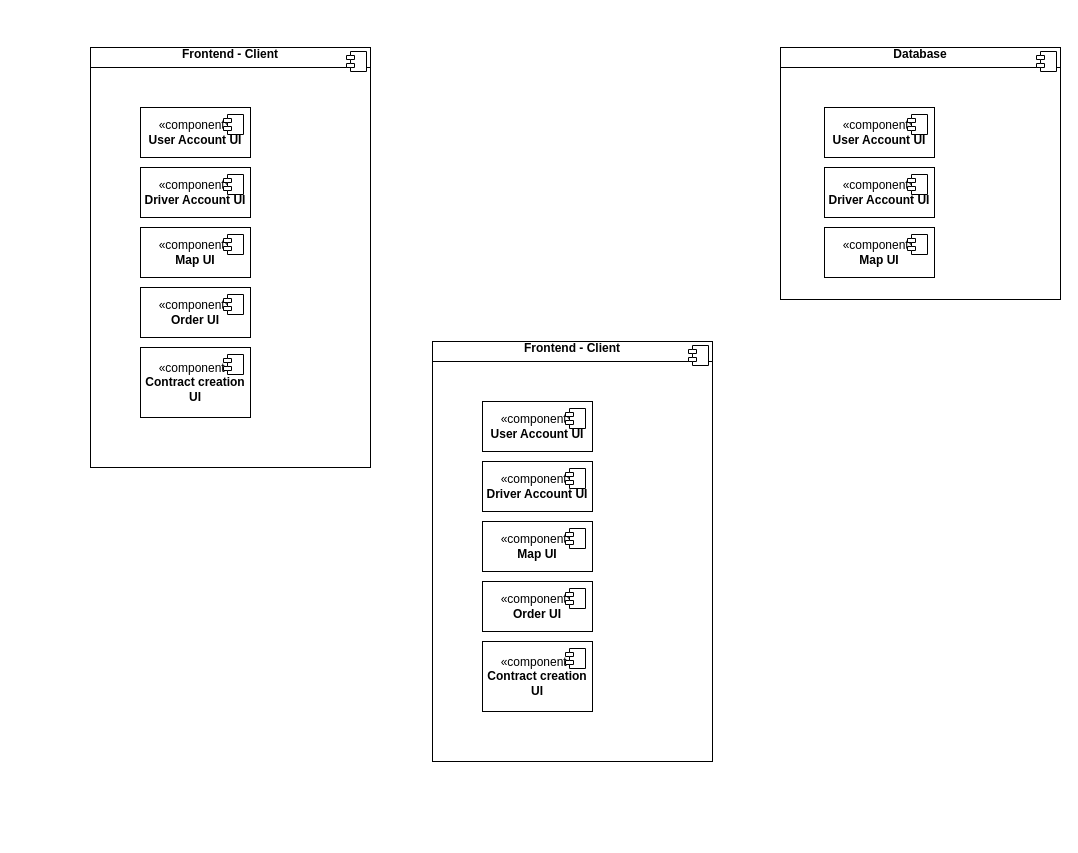
dariohug/sopra-25-client keeps this draw.io diagram as Component-Diagram-SoPra-25-Group-39.drawio. Above is the earlier version. Source tidied: cells renumbered, new cells numbered last; positions are measured from the earlier drawing's top-left corner, leaving out a move shared by most shapes. Both pictures are drawn from the tidied source at 100%, with x=0, y=0 at pixel (90, 47).
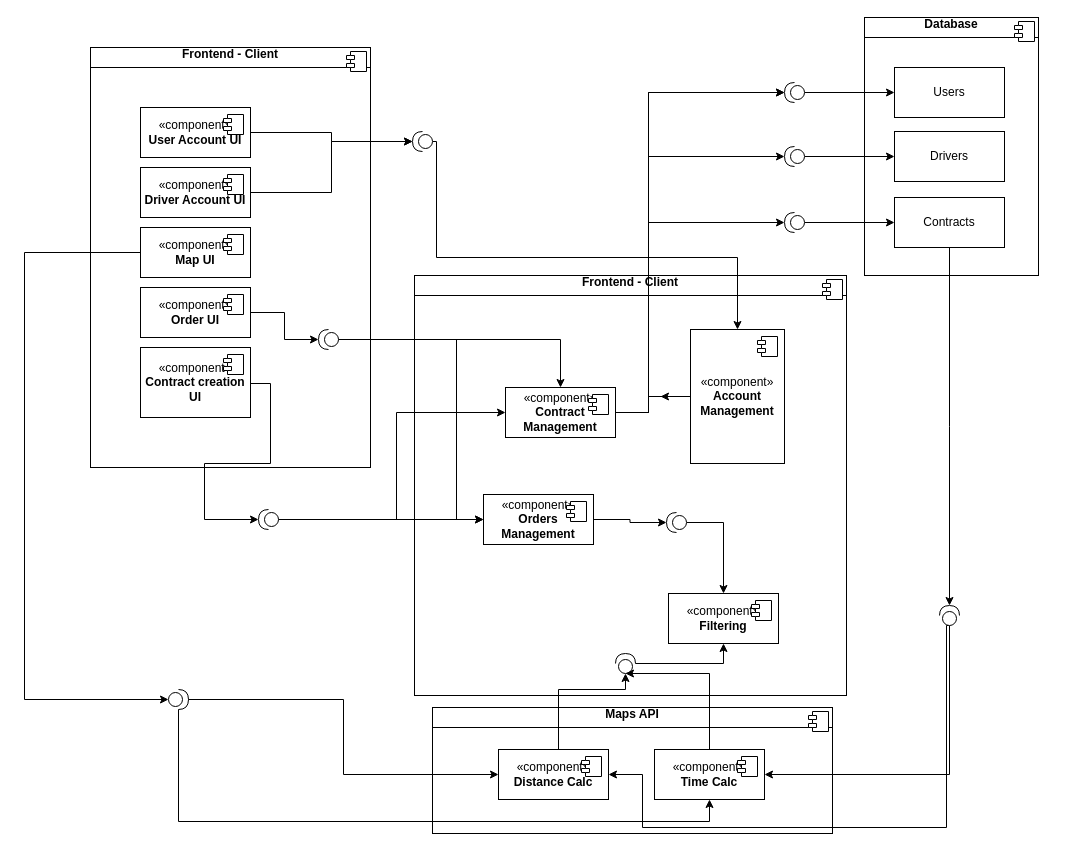
Above is the later version.

The change refers to these unchanged cells:
```xml
<mxCell id="5" value="«component»&lt;br&gt;&lt;b&gt;Map UI&lt;/b&gt;" style="html=1;whiteSpace=wrap;" parent="1" vertex="1">
  <mxGeometry x="50" y="180" width="110" height="50" as="geometry" />
</mxCell>
<mxCell id="7" value="«component»&lt;br&gt;&lt;b&gt;User Account UI&lt;/b&gt;" style="html=1;whiteSpace=wrap;" parent="1" vertex="1">
  <mxGeometry x="50" y="60" width="110" height="50" as="geometry" />
</mxCell>
<mxCell id="9" value="«component»&lt;br&gt;&lt;b&gt;Driver Account UI&lt;/b&gt;" style="html=1;whiteSpace=wrap;" parent="1" vertex="1">
  <mxGeometry x="50" y="120" width="110" height="50" as="geometry" />
</mxCell>
<mxCell id="11" value="«component»&lt;br&gt;&lt;b&gt;Order UI&lt;/b&gt;" style="html=1;whiteSpace=wrap;" parent="1" vertex="1">
  <mxGeometry x="50" y="240" width="110" height="50" as="geometry" />
</mxCell>
<mxCell id="13" value="«component»&lt;br&gt;&lt;b&gt;Contract creation UI&lt;/b&gt;" style="html=1;whiteSpace=wrap;" parent="1" vertex="1">
  <mxGeometry x="50" y="300" width="110" height="70" as="geometry" />
</mxCell>
```

The edit, as a diff of the source:
```diff
@@
+    <mxCell id="38" style="edgeStyle=orthogonalEdgeStyle;rounded=0;jettySize=auto;html=1;entryX=0;entryY=0.5;entryDx=0;entryDy=0;entryPerimeter=0;" parent="1" edge="1" source="5" target="58">
+      <mxGeometry relative="1" as="geometry">
+        <Array as="points">
+          <mxPoint x="-66" y="205" />
+          <mxPoint x="-66" y="652" />
+        </Array>
+      </mxGeometry>
+    </mxCell>
@@
+    <mxCell id="39" style="edgeStyle=orthogonalEdgeStyle;rounded=0;jettySize=auto;html=1;" parent="1" edge="1" source="13" target="69">
+      <mxGeometry relative="1" as="geometry">
+        <Array as="points">
+          <mxPoint x="180" y="336" />
+          <mxPoint x="180" y="416" />
+          <mxPoint x="114" y="416" />
+          <mxPoint x="114" y="472" />
+        </Array>
+      </mxGeometry>
+    </mxCell>
@@
     <mxCell id="15" value="&lt;div align=&quot;center&quot;&gt;&lt;b&gt;Frontend - Client&lt;/b&gt;&lt;/div&gt;&lt;hr align=&quot;center&quot; size=&quot;1&quot; style=&quot;border-style:solid;&quot;&gt;&lt;p align=&quot;left&quot; style=&quot;margin:0px;margin-left:8px;&quot;&gt;&lt;br&gt;&lt;/p&gt;" style="align=left;overflow=fill;html=1;whiteSpace=wrap;" parent="1" vertex="1">
-      <mxGeometry x="342" y="294" width="280" height="420" as="geometry" />
+      <mxGeometry x="324" y="228" width="432" height="420" as="geometry" />
     </mxCell>
@@
     <mxCell id="17" style="ellipse;whiteSpace=wrap;html=1;align=center;fillColor=none;strokeColor=none;perimeter=centerPerimeter;" parent="1" vertex="1">
-      <mxGeometry x="557" y="634" width="10" height="10" as="geometry" />
+      <mxGeometry x="535" y="586" width="10" height="10" as="geometry" />
     </mxCell>
+    <mxCell id="40" style="edgeStyle=orthogonalEdgeStyle;rounded=0;jettySize=auto;html=1;entryX=1;entryY=0.5;entryDx=0;entryDy=0;entryPerimeter=0;" parent="1" edge="1" source="18" target="75">
+      <mxGeometry relative="1" as="geometry">
+        <Array as="points">
+          <mxPoint x="558" y="365" />
+          <mxPoint x="558" y="45" />
+        </Array>
+      </mxGeometry>
+    </mxCell>
-    <mxCell id="18" value="«component»&lt;br&gt;&lt;b&gt;Map UI&lt;/b&gt;" style="html=1;whiteSpace=wrap;" parent="1" vertex="1">
-      <mxGeometry x="392" y="474" width="110" height="50" as="geometry" />
+    <mxCell id="18" value="«component»&lt;br&gt;&lt;b&gt;Contract Management&lt;/b&gt;" style="html=1;whiteSpace=wrap;" parent="1" vertex="1">
+      <mxGeometry x="415" y="340" width="110" height="50" as="geometry" />
     </mxCell>
@@
+    <mxCell id="41" style="edgeStyle=orthogonalEdgeStyle;rounded=0;jettySize=auto;html=1;" parent="1" edge="1" source="20">
+      <mxGeometry relative="1" as="geometry">
+        <mxPoint x="570" y="349" as="targetPoint" />
+      </mxGeometry>
+    </mxCell>
-    <mxCell id="20" value="«component»&lt;br&gt;&lt;b&gt;User Account UI&lt;/b&gt;" style="html=1;whiteSpace=wrap;" parent="1" vertex="1">
-      <mxGeometry x="392" y="354" width="110" height="50" as="geometry" />
+    <mxCell id="20" value="&lt;div&gt;«component»&lt;/div&gt;&lt;div&gt;&lt;b&gt;Account Management&lt;/b&gt;&lt;/div&gt;" style="html=1;whiteSpace=wrap;" parent="1" vertex="1">
+      <mxGeometry x="600" y="282" width="94" height="134" as="geometry" />
     </mxCell>
@@
-    <mxCell id="22" value="«component»&lt;br&gt;&lt;b&gt;Driver Account UI&lt;/b&gt;" style="html=1;whiteSpace=wrap;" parent="1" vertex="1">
-      <mxGeometry x="392" y="414" width="110" height="50" as="geometry" />
-    </mxCell>
-    <mxCell id="23" style="shape=module;jettyWidth=8;jettyHeight=4;" parent="22" vertex="1">
-      <mxGeometry x="1" width="20" height="20" relative="1" as="geometry">
-        <mxPoint x="-27" y="7" as="offset" />
-      </mxGeometry>
-    </mxCell>
-    <mxCell id="24" value="«component»&lt;br&gt;&lt;b&gt;Order UI&lt;/b&gt;" style="html=1;whiteSpace=wrap;" parent="1" vertex="1">
-      <mxGeometry x="392" y="534" width="110" height="50" as="geometry" />
+    <mxCell id="24" value="&lt;div&gt;«component»&lt;b&gt;&lt;br&gt;&lt;/b&gt;&lt;/div&gt;&lt;div&gt;&lt;b&gt;Orders Management&lt;/b&gt;&lt;/div&gt;" style="html=1;whiteSpace=wrap;" parent="1" vertex="1">
+      <mxGeometry x="393" y="447" width="110" height="50" as="geometry" />
     </mxCell>
@@
-    <mxCell id="26" value="«component»&lt;br&gt;&lt;b&gt;Contract creation UI&lt;/b&gt;" style="html=1;whiteSpace=wrap;" parent="1" vertex="1">
-      <mxGeometry x="392" y="594" width="110" height="70" as="geometry" />
-    </mxCell>
-    <mxCell id="27" style="shape=module;jettyWidth=8;jettyHeight=4;" parent="26" vertex="1">
-      <mxGeometry x="1" width="20" height="20" relative="1" as="geometry">
-        <mxPoint x="-27" y="7" as="offset" />
-      </mxGeometry>
-    </mxCell>
     <mxCell id="28" value="&lt;div align=&quot;center&quot;&gt;&lt;b&gt;Database&lt;/b&gt;&lt;/div&gt;&lt;hr align=&quot;center&quot; size=&quot;1&quot; style=&quot;border-style:solid;&quot;&gt;&lt;p align=&quot;left&quot; style=&quot;margin:0px;margin-left:8px;&quot;&gt;&lt;br&gt;&lt;/p&gt;" style="align=left;overflow=fill;html=1;whiteSpace=wrap;" parent="1" vertex="1">
-      <mxGeometry x="690" width="280" height="252" as="geometry" />
+      <mxGeometry x="774" y="-30" width="174" height="258" as="geometry" />
     </mxCell>
@@
-    <mxCell id="31" value="«component»&lt;br&gt;&lt;b&gt;Map UI&lt;/b&gt;" style="html=1;whiteSpace=wrap;" parent="1" vertex="1">
-      <mxGeometry x="734" y="180" width="110" height="50" as="geometry" />
-    </mxCell>
-    <mxCell id="32" style="shape=module;jettyWidth=8;jettyHeight=4;" parent="31" vertex="1">
-      <mxGeometry x="1" width="20" height="20" relative="1" as="geometry">
-        <mxPoint x="-27" y="7" as="offset" />
-      </mxGeometry>
-    </mxCell>
-    <mxCell id="33" value="«component»&lt;br&gt;&lt;b&gt;User Account UI&lt;/b&gt;" style="html=1;whiteSpace=wrap;" parent="1" vertex="1">
-      <mxGeometry x="734" y="60" width="110" height="50" as="geometry" />
-    </mxCell>
-    <mxCell id="34" style="shape=module;jettyWidth=8;jettyHeight=4;" parent="33" vertex="1">
-      <mxGeometry x="1" width="20" height="20" relative="1" as="geometry">
-        <mxPoint x="-27" y="7" as="offset" />
-      </mxGeometry>
-    </mxCell>
-    <mxCell id="35" value="«component»&lt;br&gt;&lt;b&gt;Driver Account UI&lt;/b&gt;" style="html=1;whiteSpace=wrap;" parent="1" vertex="1">
-      <mxGeometry x="734" y="120" width="110" height="50" as="geometry" />
-    </mxCell>
-    <mxCell id="36" style="shape=module;jettyWidth=8;jettyHeight=4;" parent="35" vertex="1">
-      <mxGeometry x="1" width="20" height="20" relative="1" as="geometry">
-        <mxPoint x="-27" y="7" as="offset" />
-      </mxGeometry>
-    </mxCell>
@@
+    <mxCell id="42" value="Users" style="html=1;whiteSpace=wrap;" parent="1" vertex="1">
+      <mxGeometry x="804" y="20" width="110" height="50" as="geometry" />
+    </mxCell>
+    <mxCell id="43" value="Drivers" style="html=1;whiteSpace=wrap;" parent="1" vertex="1">
+      <mxGeometry x="804" y="84" width="110" height="50" as="geometry" />
+    </mxCell>
+    <mxCell id="44" style="edgeStyle=orthogonalEdgeStyle;rounded=0;jettySize=auto;html=1;" parent="1" edge="1" source="45">
+      <mxGeometry relative="1" as="geometry">
+        <mxPoint x="859" y="558" as="targetPoint" />
+      </mxGeometry>
+    </mxCell>
+    <mxCell id="45" value="Contracts" style="html=1;whiteSpace=wrap;" parent="1" vertex="1">
+      <mxGeometry x="804" y="150" width="110" height="50" as="geometry" />
+    </mxCell>
+    <mxCell id="46" value="&lt;div&gt;«component»&lt;b&gt;&lt;br&gt;&lt;/b&gt;&lt;/div&gt;&lt;div&gt;&lt;b&gt;Filtering&lt;/b&gt;&lt;/div&gt;" style="html=1;whiteSpace=wrap;" parent="1" vertex="1">
+      <mxGeometry x="578" y="546" width="110" height="50" as="geometry" />
+    </mxCell>
+    <mxCell id="47" style="shape=module;jettyWidth=8;jettyHeight=4;" parent="46" vertex="1">
+      <mxGeometry x="1" width="20" height="20" relative="1" as="geometry">
+        <mxPoint x="-27" y="7" as="offset" />
+      </mxGeometry>
+    </mxCell>
+    <mxCell id="48" style="edgeStyle=orthogonalEdgeStyle;rounded=0;jettySize=auto;html=1;" parent="1" edge="1" source="49" target="46">
+      <mxGeometry relative="1" as="geometry">
+        <Array as="points">
+          <mxPoint x="633" y="475" />
+        </Array>
+      </mxGeometry>
+    </mxCell>
+    <mxCell id="49" style="shape=providedRequiredInterface;html=1;verticalLabelPosition=bottom;sketch=0;rotation=-180;" parent="1" vertex="1">
+      <mxGeometry x="576" y="465" width="20" height="20" as="geometry" />
+    </mxCell>
+    <mxCell id="50" value="&lt;div align=&quot;center&quot;&gt;&lt;b&gt;Maps API&lt;/b&gt;&lt;/div&gt;&lt;hr align=&quot;center&quot; size=&quot;1&quot; style=&quot;border-style:solid;&quot;&gt;&lt;p align=&quot;left&quot; style=&quot;margin:0px;margin-left:8px;&quot;&gt;&lt;br&gt;&lt;/p&gt;" style="align=left;overflow=fill;html=1;whiteSpace=wrap;" parent="1" vertex="1">
+      <mxGeometry x="342" y="660" width="400" height="126" as="geometry" />
+    </mxCell>
+    <mxCell id="51" style="shape=component;jettyWidth=8;jettyHeight=4;" parent="50" vertex="1">
+      <mxGeometry x="1" width="20" height="20" relative="1" as="geometry">
+        <mxPoint x="-24" y="4" as="offset" />
+      </mxGeometry>
+    </mxCell>
+    <mxCell id="52" style="edgeStyle=orthogonalEdgeStyle;rounded=0;jettySize=auto;html=1;" parent="1" edge="1" source="53" target="20">
+      <mxGeometry relative="1" as="geometry">
+        <Array as="points">
+          <mxPoint x="346" y="94" />
+          <mxPoint x="346" y="210" />
+          <mxPoint x="647" y="210" />
+        </Array>
+      </mxGeometry>
+    </mxCell>
+    <mxCell id="53" style="shape=providedRequiredInterface;html=1;verticalLabelPosition=bottom;sketch=0;rotation=-180;" parent="1" vertex="1">
+      <mxGeometry x="322" y="84" width="20" height="20" as="geometry" />
+    </mxCell>
+    <mxCell id="54" style="edgeStyle=orthogonalEdgeStyle;rounded=0;jettySize=auto;html=1;entryX=1;entryY=0.5;entryDx=0;entryDy=0;entryPerimeter=0;" parent="1" edge="1" source="7" target="53">
+      <mxGeometry relative="1" as="geometry" />
+    </mxCell>
+    <mxCell id="55" style="edgeStyle=orthogonalEdgeStyle;rounded=0;jettySize=auto;html=1;entryX=1;entryY=0.5;entryDx=0;entryDy=0;entryPerimeter=0;" parent="1" edge="1" source="9" target="53">
+      <mxGeometry relative="1" as="geometry" />
+    </mxCell>
+    <mxCell id="56" style="edgeStyle=orthogonalEdgeStyle;rounded=0;jettySize=auto;html=1;entryX=0;entryY=0.5;entryDx=0;entryDy=0;" parent="1" edge="1" source="58" target="59">
+      <mxGeometry relative="1" as="geometry" />
+    </mxCell>
+    <mxCell id="57" style="edgeStyle=orthogonalEdgeStyle;rounded=0;jettySize=auto;html=1;" parent="1" edge="1" source="58" target="61">
+      <mxGeometry relative="1" as="geometry">
+        <Array as="points">
+          <mxPoint x="88" y="774" />
+          <mxPoint x="619" y="774" />
+        </Array>
+      </mxGeometry>
+    </mxCell>
+    <mxCell id="58" style="shape=providedRequiredInterface;html=1;verticalLabelPosition=bottom;sketch=0;" parent="1" vertex="1">
+      <mxGeometry x="78" y="642" width="20" height="20" as="geometry" />
+    </mxCell>
+    <mxCell id="59" value="&lt;div&gt;«component»&lt;b&gt;&lt;br&gt;&lt;/b&gt;&lt;/div&gt;&lt;b&gt;Distance Calc&lt;/b&gt;" style="html=1;whiteSpace=wrap;" parent="1" vertex="1">
+      <mxGeometry x="408" y="702" width="110" height="50" as="geometry" />
+    </mxCell>
+    <mxCell id="60" style="shape=module;jettyWidth=8;jettyHeight=4;" parent="59" vertex="1">
+      <mxGeometry x="1" width="20" height="20" relative="1" as="geometry">
+        <mxPoint x="-27" y="7" as="offset" />
+      </mxGeometry>
+    </mxCell>
+    <mxCell id="61" value="&lt;div&gt;«component»&lt;b&gt;&lt;br&gt;&lt;/b&gt;&lt;/div&gt;&lt;div&gt;&lt;b&gt;Time Calc&lt;/b&gt;&lt;/div&gt;" style="html=1;whiteSpace=wrap;" parent="1" vertex="1">
+      <mxGeometry x="564" y="702" width="110" height="50" as="geometry" />
+    </mxCell>
+    <mxCell id="62" style="shape=module;jettyWidth=8;jettyHeight=4;" parent="61" vertex="1">
+      <mxGeometry x="1" width="20" height="20" relative="1" as="geometry">
+        <mxPoint x="-27" y="7" as="offset" />
+      </mxGeometry>
+    </mxCell>
+    <mxCell id="63" style="edgeStyle=orthogonalEdgeStyle;rounded=0;jettySize=auto;html=1;" parent="1" edge="1" source="64" target="46">
+      <mxGeometry relative="1" as="geometry" />
+    </mxCell>
+    <mxCell id="64" style="shape=providedRequiredInterface;html=1;verticalLabelPosition=bottom;sketch=0;rotation=-90;" parent="1" vertex="1">
+      <mxGeometry x="525" y="606" width="20" height="20" as="geometry" />
+    </mxCell>
+    <mxCell id="65" style="edgeStyle=orthogonalEdgeStyle;rounded=0;jettySize=auto;html=1;entryX=0;entryY=0.5;entryDx=0;entryDy=0;entryPerimeter=0;" parent="1" edge="1" source="59" target="64">
+      <mxGeometry relative="1" as="geometry">
+        <Array as="points">
+          <mxPoint x="468" y="642" />
+          <mxPoint x="535" y="642" />
+        </Array>
+      </mxGeometry>
+    </mxCell>
+    <mxCell id="66" style="edgeStyle=orthogonalEdgeStyle;rounded=0;jettySize=auto;html=1;entryX=0;entryY=0.5;entryDx=0;entryDy=0;entryPerimeter=0;" parent="1" edge="1" source="61" target="64">
+      <mxGeometry relative="1" as="geometry">
+        <Array as="points">
+          <mxPoint x="619" y="626" />
+        </Array>
+      </mxGeometry>
+    </mxCell>
+    <mxCell id="67" style="edgeStyle=orthogonalEdgeStyle;rounded=0;jettySize=auto;html=1;entryX=0;entryY=0.5;entryDx=0;entryDy=0;" parent="1" edge="1" source="69" target="24">
+      <mxGeometry relative="1" as="geometry">
+        <Array as="points">
+          <mxPoint x="380" y="472" />
+        </Array>
+      </mxGeometry>
+    </mxCell>
+    <mxCell id="68" style="edgeStyle=orthogonalEdgeStyle;rounded=0;jettySize=auto;html=1;entryX=0;entryY=0.5;entryDx=0;entryDy=0;" parent="1" edge="1" source="69" target="18">
+      <mxGeometry relative="1" as="geometry">
+        <Array as="points">
+          <mxPoint x="306" y="472" />
+          <mxPoint x="306" y="365" />
+        </Array>
+      </mxGeometry>
+    </mxCell>
+    <mxCell id="69" style="shape=providedRequiredInterface;html=1;verticalLabelPosition=bottom;sketch=0;rotation=-180;" parent="1" vertex="1">
+      <mxGeometry x="168" y="462" width="20" height="20" as="geometry" />
+    </mxCell>
+    <mxCell id="70" style="edgeStyle=orthogonalEdgeStyle;rounded=0;jettySize=auto;html=1;" parent="1" edge="1" source="72" target="18">
+      <mxGeometry relative="1" as="geometry" />
+    </mxCell>
+    <mxCell id="71" style="edgeStyle=orthogonalEdgeStyle;rounded=0;jettySize=auto;html=1;" parent="1" edge="1" source="72" target="24">
+      <mxGeometry relative="1" as="geometry">
+        <Array as="points">
+          <mxPoint x="366" y="292" />
+          <mxPoint x="366" y="472" />
+        </Array>
+      </mxGeometry>
+    </mxCell>
+    <mxCell id="72" style="shape=providedRequiredInterface;html=1;verticalLabelPosition=bottom;sketch=0;rotation=-180;" parent="1" vertex="1">
+      <mxGeometry x="228" y="282" width="20" height="20" as="geometry" />
+    </mxCell>
+    <mxCell id="73" style="edgeStyle=orthogonalEdgeStyle;rounded=0;jettySize=auto;html=1;entryX=1;entryY=0.5;entryDx=0;entryDy=0;entryPerimeter=0;" parent="1" edge="1" source="11" target="72">
+      <mxGeometry relative="1" as="geometry" />
+    </mxCell>
+    <mxCell id="74" style="edgeStyle=orthogonalEdgeStyle;rounded=0;jettySize=auto;html=1;" parent="1" edge="1" source="75" target="42">
+      <mxGeometry relative="1" as="geometry" />
+    </mxCell>
+    <mxCell id="75" style="shape=providedRequiredInterface;html=1;verticalLabelPosition=bottom;sketch=0;rotation=-180;" parent="1" vertex="1">
+      <mxGeometry x="694" y="35" width="20" height="20" as="geometry" />
+    </mxCell>
+    <mxCell id="76" style="edgeStyle=orthogonalEdgeStyle;rounded=0;jettySize=auto;html=1;" parent="1" edge="1" source="77" target="43">
+      <mxGeometry relative="1" as="geometry" />
+    </mxCell>
+    <mxCell id="77" style="shape=providedRequiredInterface;html=1;verticalLabelPosition=bottom;sketch=0;rotation=-180;" parent="1" vertex="1">
+      <mxGeometry x="694" y="99" width="20" height="20" as="geometry" />
+    </mxCell>
+    <mxCell id="78" style="edgeStyle=orthogonalEdgeStyle;rounded=0;jettySize=auto;html=1;" parent="1" edge="1" source="79" target="45">
+      <mxGeometry relative="1" as="geometry" />
+    </mxCell>
+    <mxCell id="79" style="shape=providedRequiredInterface;html=1;verticalLabelPosition=bottom;sketch=0;rotation=-180;" parent="1" vertex="1">
+      <mxGeometry x="694" y="165" width="20" height="20" as="geometry" />
+    </mxCell>
+    <mxCell id="80" style="edgeStyle=orthogonalEdgeStyle;rounded=0;jettySize=auto;html=1;entryX=1;entryY=0.5;entryDx=0;entryDy=0;entryPerimeter=0;" parent="1" edge="1" source="18" target="79">
+      <mxGeometry relative="1" as="geometry">
+        <Array as="points">
+          <mxPoint x="558" y="365" />
+          <mxPoint x="558" y="175" />
+        </Array>
+      </mxGeometry>
+    </mxCell>
+    <mxCell id="81" style="edgeStyle=orthogonalEdgeStyle;rounded=0;jettySize=auto;html=1;entryX=1;entryY=0.5;entryDx=0;entryDy=0;entryPerimeter=0;" parent="1" edge="1" source="24" target="49">
+      <mxGeometry relative="1" as="geometry" />
+    </mxCell>
+    <mxCell id="82" style="edgeStyle=orthogonalEdgeStyle;rounded=0;jettySize=auto;html=1;entryX=1;entryY=0.5;entryDx=0;entryDy=0;entryPerimeter=0;" parent="1" edge="1" source="18" target="77">
+      <mxGeometry relative="1" as="geometry">
+        <Array as="points">
+          <mxPoint x="558" y="365" />
+          <mxPoint x="558" y="109" />
+        </Array>
+      </mxGeometry>
+    </mxCell>
+    <mxCell id="83" style="edgeStyle=orthogonalEdgeStyle;rounded=0;jettySize=auto;html=1;entryX=1;entryY=0.5;entryDx=0;entryDy=0;entryPerimeter=0;" parent="1" edge="1" source="20" target="75">
+      <mxGeometry relative="1" as="geometry">
+        <Array as="points">
+          <mxPoint x="558" y="349" />
+          <mxPoint x="558" y="45" />
+        </Array>
+      </mxGeometry>
+    </mxCell>
+    <mxCell id="84" style="edgeStyle=orthogonalEdgeStyle;rounded=0;jettySize=auto;html=1;entryX=1;entryY=0.5;entryDx=0;entryDy=0;" parent="1" edge="1" source="86" target="61">
+      <mxGeometry relative="1" as="geometry">
+        <Array as="points">
+          <mxPoint x="859" y="727" />
+        </Array>
+      </mxGeometry>
+    </mxCell>
+    <mxCell id="85" style="edgeStyle=orthogonalEdgeStyle;rounded=0;jettySize=auto;html=1;entryX=1;entryY=0.5;entryDx=0;entryDy=0;exitX=0.013;exitY=0.591;exitDx=0;exitDy=0;exitPerimeter=0;" parent="1" edge="1" target="59">
+      <mxGeometry relative="1" as="geometry">
+        <mxPoint x="857.8" y="578" as="sourcePoint" />
+        <Array as="points">
+          <mxPoint x="856" y="578" />
+          <mxPoint x="856" y="780" />
+          <mxPoint x="552" y="780" />
+          <mxPoint x="552" y="727" />
+        </Array>
+      </mxGeometry>
+    </mxCell>
+    <mxCell id="86" style="shape=providedRequiredInterface;html=1;verticalLabelPosition=bottom;sketch=0;rotation=-90;" parent="1" vertex="1">
+      <mxGeometry x="849" y="558" width="20" height="20" as="geometry" />
+    </mxCell>
```
